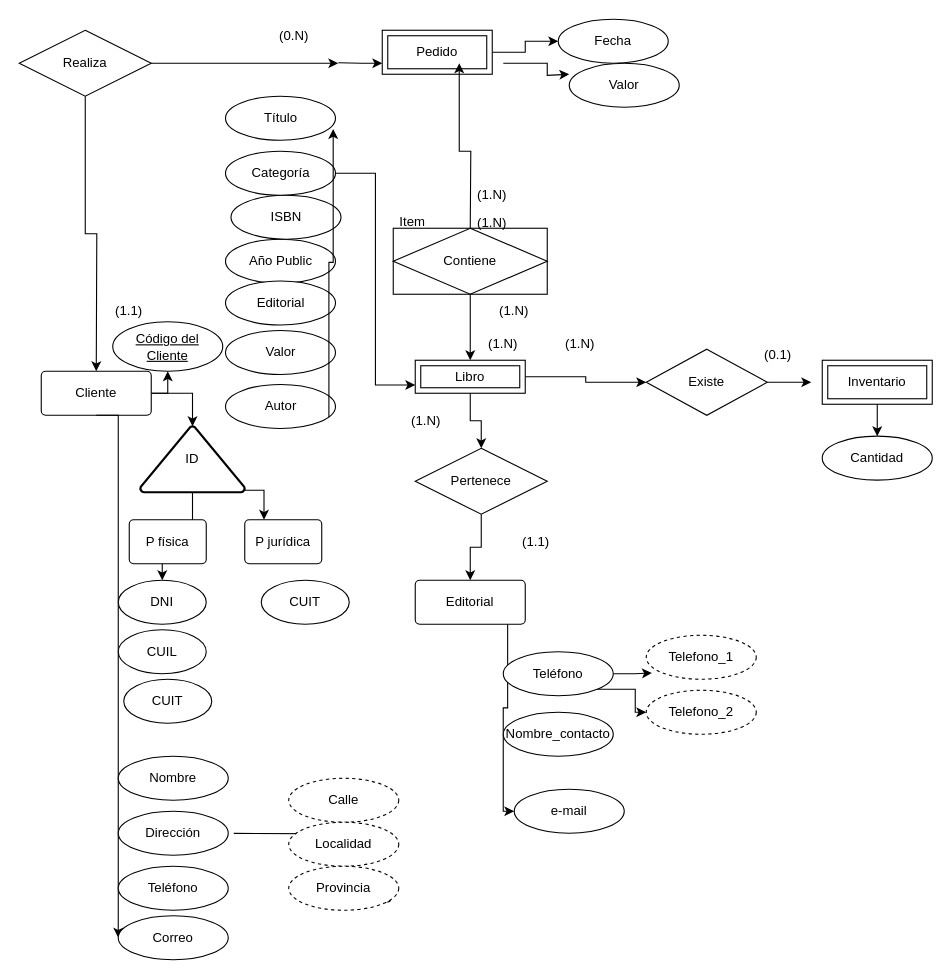
This is db/modelo.drawio from Sergio-Tolaba/ds_ej, a draw.io file, before an edit. Source tidied: cells renumbered, new cells numbered last; positions are measured from the earlier drawing's top-left corner, leaving out a move shared by most shapes. Both pictures are drawn from the tidied source at 110%, with x=0, y=0 at pixel (19, 19).
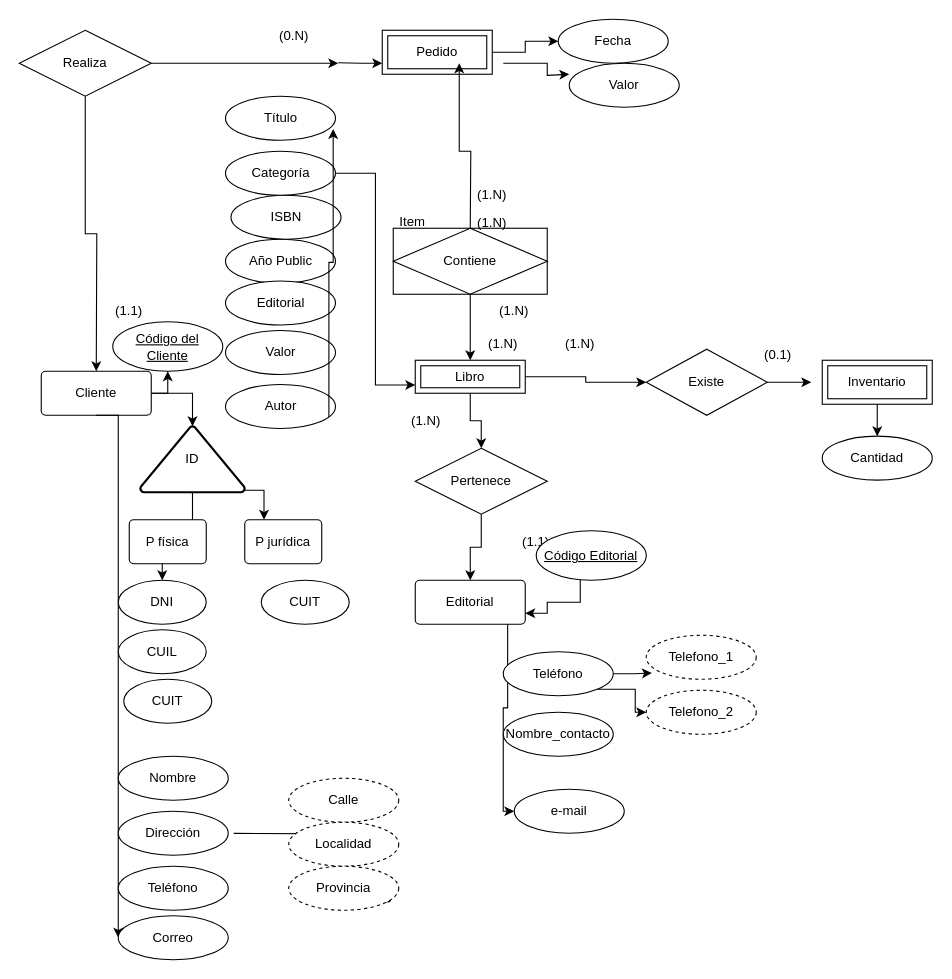
The same page after the edit.

Unchanged cells that the change refers to:
```xml
<mxCell id="6" value="Editorial" style="rounded=1;arcSize=10;whiteSpace=wrap;html=1;align=center;" parent="1" vertex="1">
  <mxGeometry x="360" y="510" width="100" height="40" as="geometry" />
</mxCell>
```

The edit, as a diff of the source:
```diff
@@
+    <mxCell id="78" style="edgeStyle=orthogonalEdgeStyle;rounded=0;jettySize=auto;html=1;entryX=1;entryY=0.75;entryDx=0;entryDy=0;" parent="1" edge="1" source="79" target="6">
+      <mxGeometry relative="1" as="geometry">
+        <Array as="points">
+          <mxPoint x="510" y="530" />
+          <mxPoint x="480" y="530" />
+          <mxPoint x="480" y="540" />
+        </Array>
+      </mxGeometry>
+    </mxCell>
+    <mxCell id="79" value="Código Editorial" style="ellipse;whiteSpace=wrap;html=1;align=center;fontStyle=4;" parent="1" vertex="1">
+      <mxGeometry x="470" y="465" width="100" height="45" as="geometry" />
+    </mxCell>
```
